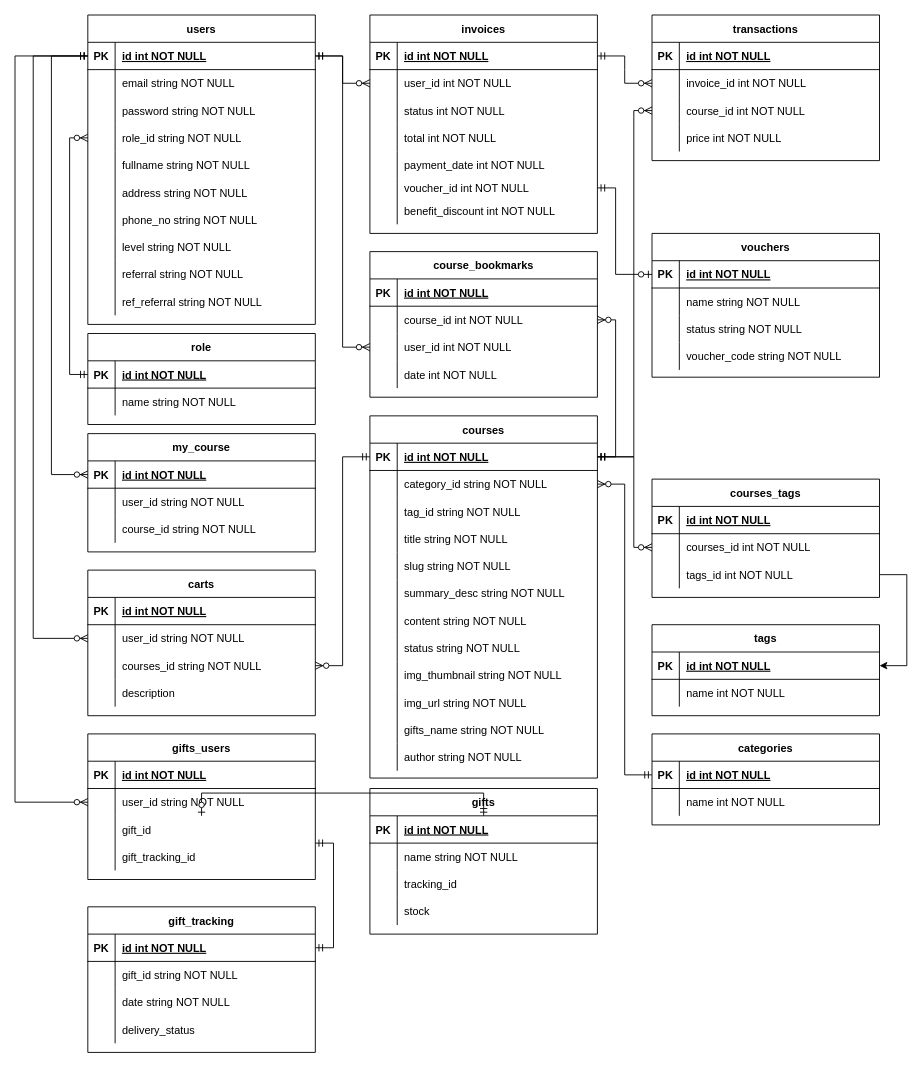
azmiadhani/diagramsnet keeps this draw.io diagram as page "ERD" (1 of 2) of online-learning.drawio. Above is the earlier version. Source tidied: cells renumbered, new cells numbered last; positions are measured from the earlier drawing's top-left corner, leaving out a move shared by most shapes. Both pictures are drawn from the tidied source at 91%, with x=0, y=0 at pixel (-258, 15).
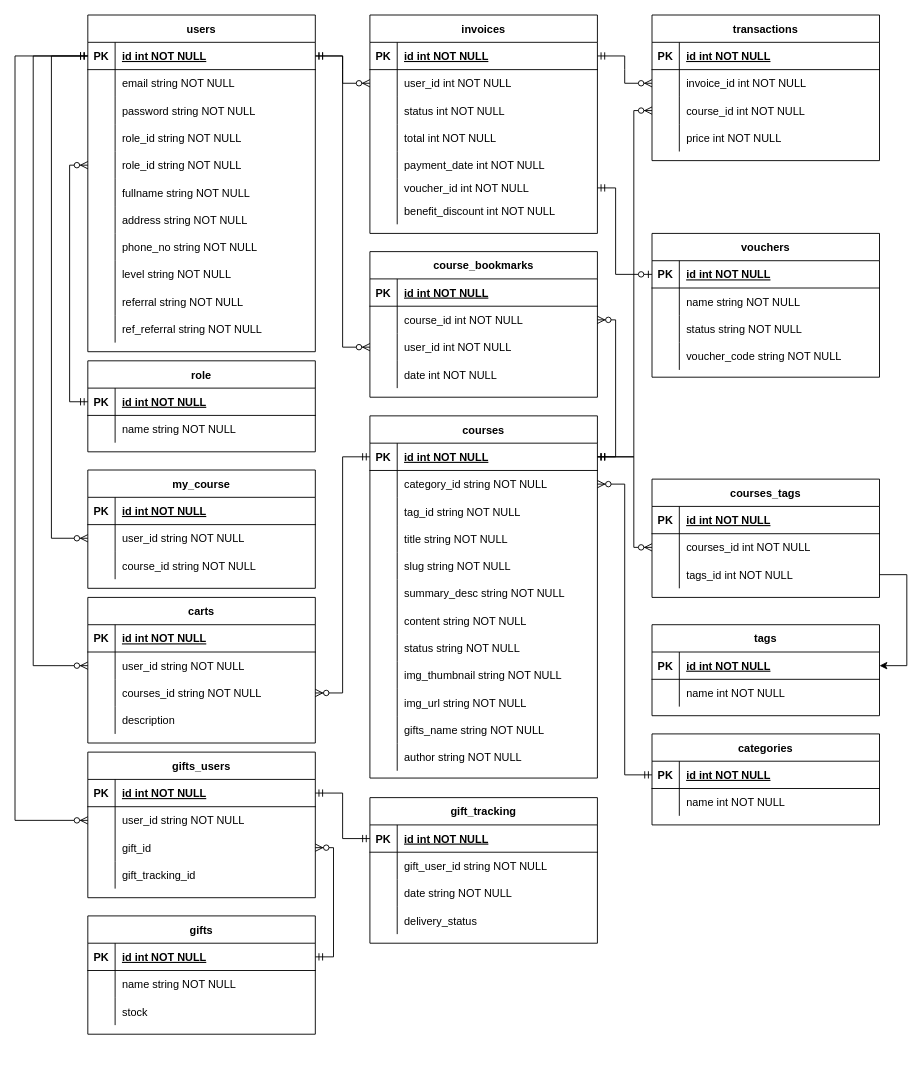
The same page after the edit.

The change refers to these unchanged cells:
```xml
<mxCell id="3" style="shape=partialRectangle;fillColor=none;points=[[0,0.5],[1,0.5]];portConstraint=eastwest;top=0;left=0;right=0;bottom=1;" parent="2" vertex="1">
  <mxGeometry y="30" width="250" height="30" as="geometry" />
</mxCell>
<mxCell id="138" style="shape=partialRectangle;fillColor=none;points=[[0,0.5],[1,0.5]];portConstraint=eastwest;top=0;left=0;right=0;bottom=1;" parent="137" vertex="1">
  <mxGeometry y="30" width="250" height="30" as="geometry" />
</mxCell>
<mxCell id="151" style="shape=partialRectangle;fillColor=none;points=[[0,0.5],[1,0.5]];portConstraint=eastwest;top=0;left=0;right=0;bottom=1;" parent="150" vertex="1">
  <mxGeometry y="30" width="250" height="30" as="geometry" />
</mxCell>
<mxCell id="154" style="shape=partialRectangle;fillColor=none;top=0;left=0;right=0;bottom=0;" parent="150" vertex="1">
  <mxGeometry y="60" width="250" height="30" as="geometry" />
</mxCell>
<mxCell id="179" style="shape=partialRectangle;fillColor=none;points=[[0,0.5],[1,0.5]];portConstraint=eastwest;top=0;left=0;right=0;bottom=1;" parent="178" vertex="1">
  <mxGeometry y="30" width="250" height="30" as="geometry" />
</mxCell>
<mxCell id="185" style="shape=partialRectangle;fillColor=none;points=[[0,0.5],[1,0.5]];portConstraint=eastwest;top=0;left=0;right=0;bottom=0;" parent="178" vertex="1">
  <mxGeometry y="90" width="250" height="30" as="geometry" />
</mxCell>
<mxCell id="188" style="shape=partialRectangle;fillColor=none;points=[[0,0.5],[1,0.5]];portConstraint=eastwest;top=0;left=0;right=0;bottom=0;" parent="178" vertex="1">
  <mxGeometry y="120" width="250" height="30" as="geometry" />
</mxCell>
<mxCell id="230" style="shape=partialRectangle;fillColor=none;points=[[0,0.5],[1,0.5]];portConstraint=eastwest;top=0;left=0;right=0;bottom=1;" parent="229" vertex="1">
  <mxGeometry y="30" width="250" height="30" as="geometry" />
</mxCell>
<mxCell id="233" style="shape=partialRectangle;fillColor=none;points=[[0,0.5],[1,0.5]];portConstraint=eastwest;top=0;left=0;right=0;bottom=0;" parent="229" vertex="1">
  <mxGeometry y="60" width="250" height="30" as="geometry" />
</mxCell>
```

Change to the diagram source:
```diff
@@
     <mxCell id="2" value="users" style="shape=table;startSize=30;childLayout=tableLayout;rowLines=0;fontStyle=1;align=center;" parent="1" vertex="1">
-      <mxGeometry x="380" width="250" height="340" as="geometry" />
+      <mxGeometry x="380" width="250" height="370" as="geometry" />
     </mxCell>
@@
+    <mxCell id="240" style="shape=partialRectangle;fillColor=none;top=0;left=0;right=0;bottom=0;" parent="2" vertex="1">
+      <mxGeometry y="120" width="250" height="30" as="geometry" />
+    </mxCell>
+    <mxCell id="145" style="shape=partialRectangle;overflow=hidden;fillColor=none;top=0;left=0;bottom=0;right=0;" parent="240" vertex="1">
+      <mxGeometry width="30" height="30" as="geometry" />
+    </mxCell>
+    <mxCell id="241" value="role_id string NOT NULL" style="shape=partialRectangle;overflow=hidden;fillColor=none;top=0;left=0;bottom=0;right=0;align=left;spacingLeft=6;" parent="240" vertex="1">
+      <mxGeometry x="30" width="220" height="30" as="geometry" />
+    </mxCell>
     <mxCell id="12" style="shape=partialRectangle;fillColor=none;points=[[0,0.5],[1,0.5]];portConstraint=eastwest;top=0;left=0;right=0;bottom=0;" parent="2" vertex="1">
-      <mxGeometry y="120" width="250" height="30" as="geometry" />
+      <mxGeometry y="150" width="250" height="30" as="geometry" />
     </mxCell>
@@
     <mxCell id="15" style="shape=partialRectangle;fillColor=none;top=0;left=0;right=0;bottom=0;" parent="2" vertex="1">
-      <mxGeometry y="150" width="250" height="30" as="geometry" />
+      <mxGeometry y="180" width="250" height="30" as="geometry" />
     </mxCell>
@@
     <mxCell id="18" style="shape=partialRectangle;fillColor=none;top=0;left=0;right=0;bottom=0;" parent="2" vertex="1">
-      <mxGeometry y="180" width="250" height="30" as="geometry" />
+      <mxGeometry y="210" width="250" height="30" as="geometry" />
     </mxCell>
@@
     <mxCell id="21" style="shape=partialRectangle;fillColor=none;top=0;left=0;right=0;bottom=0;" parent="2" vertex="1">
-      <mxGeometry y="210" width="250" height="30" as="geometry" />
+      <mxGeometry y="240" width="250" height="30" as="geometry" />
     </mxCell>
@@
     <mxCell id="24" style="shape=partialRectangle;fillColor=none;top=0;left=0;right=0;bottom=0;" parent="2" vertex="1">
-      <mxGeometry y="240" width="250" height="30" as="geometry" />
+      <mxGeometry y="270" width="250" height="30" as="geometry" />
     </mxCell>
@@
     <mxCell id="27" style="shape=partialRectangle;fillColor=none;top=0;left=0;right=0;bottom=0;" parent="2" vertex="1">
-      <mxGeometry y="270" width="250" height="30" as="geometry" />
+      <mxGeometry y="300" width="250" height="30" as="geometry" />
     </mxCell>
@@
     <mxCell id="30" style="shape=partialRectangle;fillColor=none;top=0;left=0;right=0;bottom=0;" parent="2" vertex="1">
-      <mxGeometry y="300" width="250" height="30" as="geometry" />
+      <mxGeometry y="330" width="250" height="30" as="geometry" />
     </mxCell>
@@
     <mxCell id="137" value="gifts" style="shape=table;startSize=30;childLayout=tableLayout;rowLines=0;fontStyle=1;align=center;" parent="1" vertex="1">
-      <mxGeometry x="690" y="850" width="250" height="160" as="geometry" />
+      <mxGeometry x="380" y="990" width="250" height="130" as="geometry" />
     </mxCell>
@@
-    <mxCell id="144" style="shape=partialRectangle;fillColor=none;top=0;left=0;right=0;bottom=0;" parent="137" vertex="1">
-      <mxGeometry y="90" width="250" height="30" as="geometry" />
-    </mxCell>
-    <mxCell id="145" style="shape=partialRectangle;overflow=hidden;fillColor=none;top=0;left=0;bottom=0;right=0;" parent="144" vertex="1">
-      <mxGeometry width="30" height="30" as="geometry" />
-    </mxCell>
-    <mxCell id="146" value="tracking_id" style="shape=partialRectangle;overflow=hidden;fillColor=none;top=0;left=0;bottom=0;right=0;align=left;spacingLeft=6;" parent="144" vertex="1">
-      <mxGeometry x="30" width="220" height="30" as="geometry" />
-    </mxCell>
     <mxCell id="147" style="shape=partialRectangle;fillColor=none;top=0;left=0;right=0;bottom=0;" parent="137" vertex="1">
-      <mxGeometry y="120" width="250" height="30" as="geometry" />
+      <mxGeometry y="90" width="250" height="30" as="geometry" />
     </mxCell>
@@
     <mxCell id="150" value="gift_tracking" style="shape=table;startSize=30;childLayout=tableLayout;rowLines=0;fontStyle=1;align=center;" parent="1" vertex="1">
-      <mxGeometry x="380" y="980" width="250" height="160" as="geometry" />
+      <mxGeometry x="690" y="860" width="250" height="160" as="geometry" />
     </mxCell>
@@
-    <mxCell id="156" value="gift_id string NOT NULL" style="shape=partialRectangle;overflow=hidden;fillColor=none;top=0;left=0;bottom=0;right=0;align=left;spacingLeft=6;" parent="154" vertex="1">
+    <mxCell id="156" value="gift_user_id string NOT NULL" style="shape=partialRectangle;overflow=hidden;fillColor=none;top=0;left=0;bottom=0;right=0;align=left;spacingLeft=6;" parent="154" vertex="1">
       <mxGeometry x="30" width="220" height="30" as="geometry" />
     </mxCell>
@@
     <mxCell id="178" value="gifts_users" style="shape=table;startSize=30;childLayout=tableLayout;rowLines=0;fontStyle=1;align=center;" parent="1" vertex="1">
-      <mxGeometry x="380" y="790" width="250" height="160" as="geometry" />
+      <mxGeometry x="380" y="810" width="250" height="160" as="geometry" />
     </mxCell>
@@
-    <mxCell id="191" style="edgeStyle=elbowEdgeStyle;fontSize=12;html=1;endArrow=ERmandOne;startArrow=ERmandOne;rounded=0;" parent="1" edge="1" source="151" target="188">
-      <mxGeometry relative="1" as="geometry">
-        <Array as="points">
-          <mxPoint x="650" y="910" />
-        </Array>
-      </mxGeometry>
-    </mxCell>
     <mxCell id="192" value="carts" style="shape=table;startSize=30;childLayout=tableLayout;rowLines=0;fontStyle=1;align=center;" parent="1" vertex="1">
-      <mxGeometry x="380" y="610" width="250" height="160" as="geometry" />
+      <mxGeometry x="380" y="640" width="250" height="160" as="geometry" />
     </mxCell>
@@
-    <mxCell id="210" style="edgeStyle=elbowEdgeStyle;fontSize=12;html=1;endArrow=ERzeroToOne;startArrow=ERmandOne;rounded=0;" parent="1" edge="1" source="138" target="185">
-      <mxGeometry relative="1" as="geometry">
-        <Array as="points">
-          <mxPoint x="670" y="855" />
-        </Array>
-      </mxGeometry>
-    </mxCell>
@@
     <mxCell id="220" value="role" style="shape=table;startSize=30;childLayout=tableLayout;rowLines=0;fontStyle=1;align=center;" parent="1" vertex="1">
-      <mxGeometry x="380" y="350" width="250" height="100" as="geometry" />
+      <mxGeometry x="380" y="380" width="250" height="100" as="geometry" />
     </mxCell>
@@
     <mxCell id="229" value="my_course" style="shape=table;startSize=30;childLayout=tableLayout;rowLines=0;fontStyle=1;align=center;" parent="1" vertex="1">
-      <mxGeometry x="380" y="460" width="250" height="130" as="geometry" />
+      <mxGeometry x="380" y="500" width="250" height="130" as="geometry" />
     </mxCell>
@@
-    <mxCell id="239" style="edgeStyle=elbowEdgeStyle;fontSize=12;html=1;endArrow=ERzeroToMany;startArrow=ERmandOne;rounded=0;" parent="1" edge="1" source="3" target="230">
+    <mxCell id="239" style="edgeStyle=elbowEdgeStyle;fontSize=12;html=1;endArrow=ERzeroToMany;startArrow=ERmandOne;rounded=0;" parent="1" edge="1" source="3" target="233">
       <mxGeometry relative="1" as="geometry">
         <Array as="points">
           <mxPoint x="340" y="200" />
           <mxPoint x="350" y="280" />
           <mxPoint x="10" y="345" />
           <mxPoint x="150" y="285" />
           <mxPoint x="120" y="295" />
           <mxPoint x="160" y="225" />
         </Array>
       </mxGeometry>
     </mxCell>
+    <mxCell id="242" style="edgeStyle=entityRelationEdgeStyle;fontSize=12;html=1;endArrow=ERmandOne;startArrow=ERmandOne;rounded=0;" parent="1" edge="1" source="151" target="179">
+      <mxGeometry relative="1" as="geometry" />
+    </mxCell>
+    <mxCell id="210" style="edgeStyle=elbowEdgeStyle;fontSize=12;html=1;endArrow=ERzeroToMany;startArrow=ERmandOne;rounded=0;" parent="1" edge="1" source="138" target="185">
+      <mxGeometry relative="1" as="geometry">
+        <Array as="points">
+          <mxPoint x="650" y="940" />
+          <mxPoint x="330" y="450" />
+          <mxPoint x="230" y="410" />
+          <mxPoint x="370" y="350" />
+          <mxPoint x="340" y="360" />
+          <mxPoint x="380" y="290" />
+        </Array>
+      </mxGeometry>
+    </mxCell>
```
